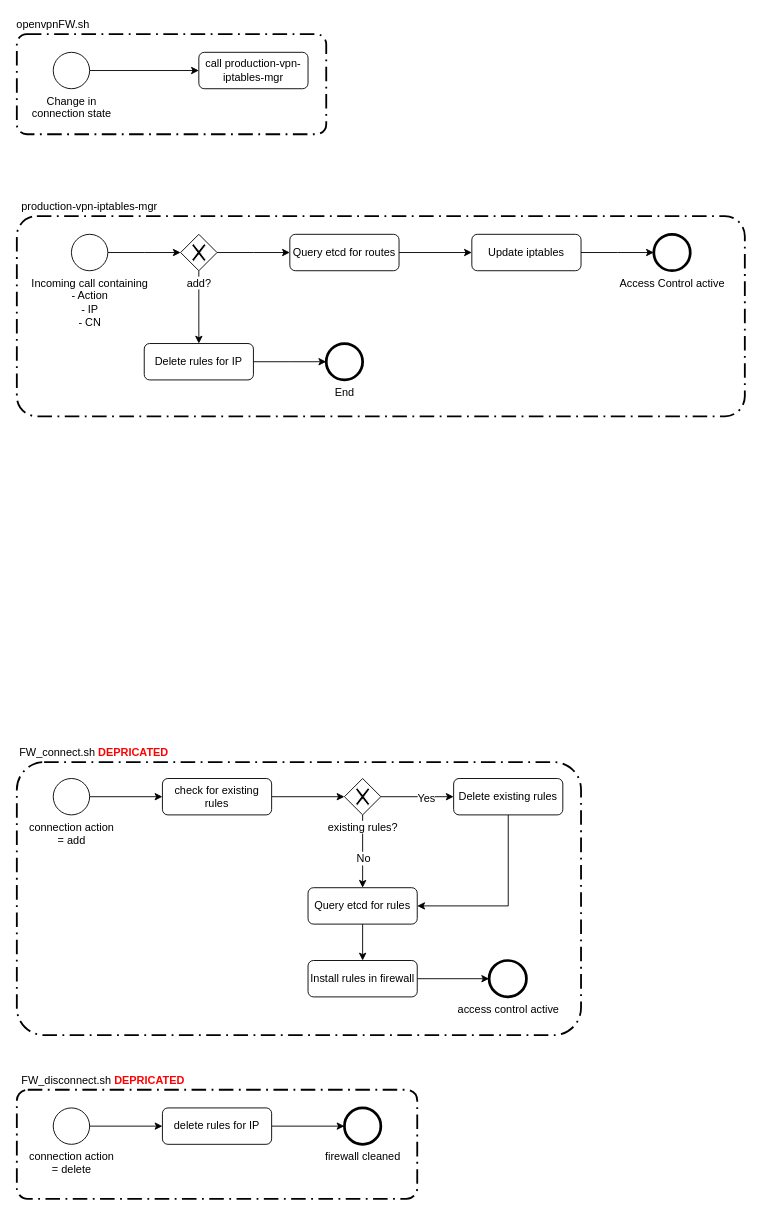
GlennDeSmedt/GlennDeSmedt.github.io keeps this draw.io diagram as page "DEPRICATED Scripts openVPN" (5 of 7) of OVPN Flow.drawio. Above is the earlier version. Source tidied: cells renumbered, new cells numbered last; positions are measured from the earlier drawing's top-left corner, leaving out a move shared by most shapes. Both pictures are drawn from the tidied source at 91%, with x=0, y=0 at pixel (16, 15).
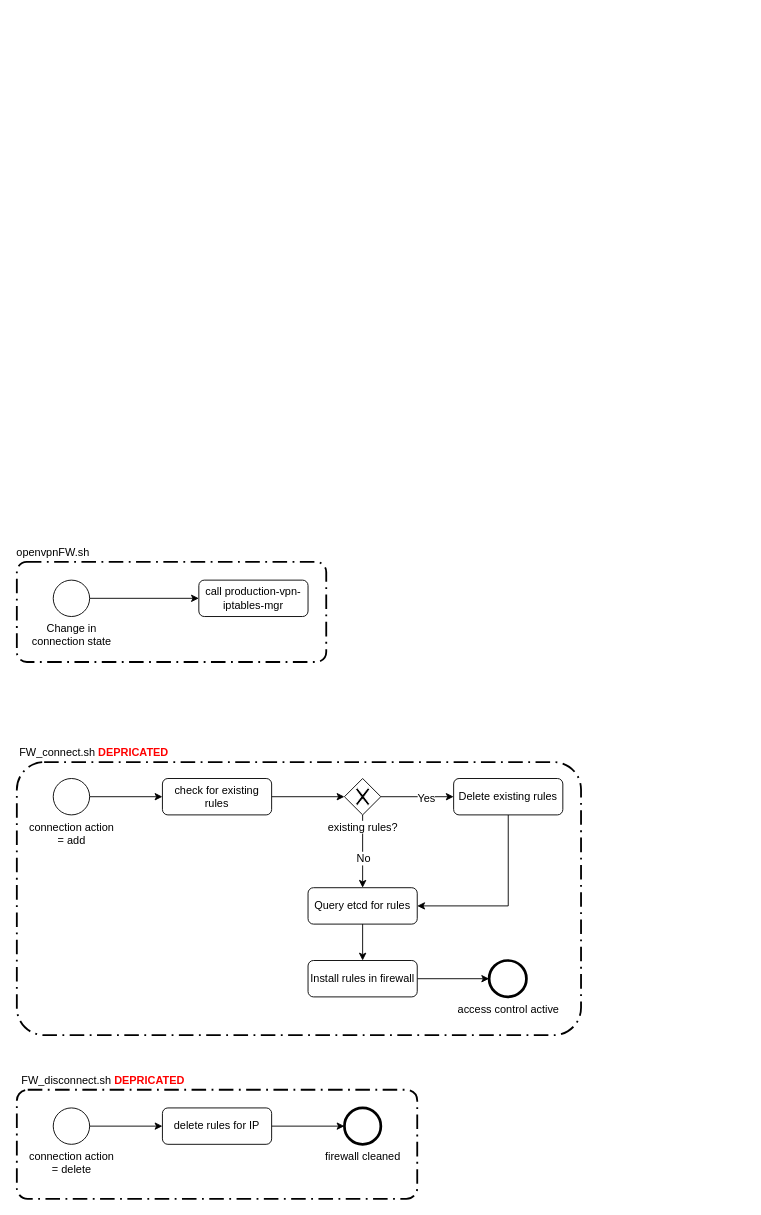
The same diagram, later.

The edit, as a diff of the source:
```diff
@@
     <mxCell id="2" style="rounded=1;arcSize=10;dashed=1;strokeColor=#000000;fillColor=none;gradientColor=none;dashPattern=8 3 1 3;strokeWidth=2;" parent="1" vertex="1">
-      <mxGeometry y="20" width="340" height="110" as="geometry" />
+      <mxGeometry y="600" width="340" height="110" as="geometry" />
     </mxCell>
@@
     <mxCell id="6" value="Change in &lt;br&gt;connection state" style="shape=mxgraph.bpmn.shape;html=1;verticalLabelPosition=bottom;labelBackgroundColor=#ffffff;verticalAlign=top;align=center;perimeter=ellipsePerimeter;outlineConnect=0;outline=standard;symbol=general;" parent="1" vertex="1">
-      <mxGeometry x="40" y="40" width="40" height="40" as="geometry" />
+      <mxGeometry x="40" y="620" width="40" height="40" as="geometry" />
     </mxCell>
     <mxCell id="7" value="call production-vpn-iptables-mgr&lt;br&gt;" style="shape=ext;rounded=1;html=1;whiteSpace=wrap;" parent="1" vertex="1">
-      <mxGeometry x="200" y="40" width="120" height="40" as="geometry" />
+      <mxGeometry x="200" y="620" width="120" height="40" as="geometry" />
     </mxCell>
     <mxCell id="8" value="openvpnFW.sh" style="text;html=1;strokeColor=none;fillColor=none;align=center;verticalAlign=middle;whiteSpace=wrap;rounded=0;" parent="1" vertex="1">
-      <mxGeometry width="80" height="20" as="geometry" />
+      <mxGeometry y="580" width="80" height="20" as="geometry" />
     </mxCell>
@@
-    <mxCell id="32" style="edgeStyle=orthogonalEdgeStyle;rounded=0;jettySize=auto;html=1;entryX=0;entryY=0.5;entryDx=0;entryDy=0;" parent="1" edge="1" source="33">
-      <mxGeometry relative="1" as="geometry">
-        <mxPoint x="180" y="260" as="targetPoint" />
-      </mxGeometry>
-    </mxCell>
-    <mxCell id="33" value="Incoming call containing&lt;br&gt;- Action&lt;br&gt;- IP&lt;br&gt;- CN&lt;br&gt;" style="shape=mxgraph.bpmn.shape;html=1;verticalLabelPosition=bottom;labelBackgroundColor=#ffffff;verticalAlign=top;align=center;perimeter=ellipsePerimeter;outlineConnect=0;outline=standard;symbol=general;" parent="1" vertex="1">
-      <mxGeometry x="60" y="240" width="40" height="40" as="geometry" />
-    </mxCell>
-    <mxCell id="34" style="edgeStyle=orthogonalEdgeStyle;rounded=0;jettySize=auto;html=1;" parent="1" edge="1" source="36">
-      <mxGeometry relative="1" as="geometry">
-        <mxPoint x="300" y="260" as="targetPoint" />
-      </mxGeometry>
-    </mxCell>
-    <mxCell id="35" style="edgeStyle=orthogonalEdgeStyle;rounded=0;jettySize=auto;html=1;" parent="1" edge="1" source="36" target="40">
-      <mxGeometry relative="1" as="geometry" />
-    </mxCell>
-    <mxCell id="36" value="add?" style="shape=mxgraph.bpmn.shape;html=1;verticalLabelPosition=bottom;labelBackgroundColor=#ffffff;verticalAlign=top;align=center;perimeter=rhombusPerimeter;background=gateway;outlineConnect=0;outline=none;symbol=exclusiveGw;" parent="1" vertex="1">
-      <mxGeometry x="180" y="240" width="40" height="40" as="geometry" />
-    </mxCell>
-    <mxCell id="37" style="edgeStyle=orthogonalEdgeStyle;rounded=0;jettySize=auto;html=1;" parent="1" edge="1" source="38" target="43">
-      <mxGeometry relative="1" as="geometry" />
-    </mxCell>
-    <mxCell id="38" value="Query etcd for routes&lt;br&gt;" style="shape=ext;rounded=1;html=1;whiteSpace=wrap;" parent="1" vertex="1">
-      <mxGeometry x="300" y="240" width="120" height="40" as="geometry" />
-    </mxCell>
-    <mxCell id="39" style="edgeStyle=orthogonalEdgeStyle;rounded=0;jettySize=auto;html=1;" parent="1" edge="1" source="40">
-      <mxGeometry relative="1" as="geometry">
-        <mxPoint x="340" y="380" as="targetPoint" />
-      </mxGeometry>
-    </mxCell>
-    <mxCell id="40" value="Delete rules for IP&lt;br&gt;" style="shape=ext;rounded=1;html=1;whiteSpace=wrap;" parent="1" vertex="1">
-      <mxGeometry x="140" y="360" width="120" height="40" as="geometry" />
-    </mxCell>
-    <mxCell id="41" value="End" style="shape=mxgraph.bpmn.shape;html=1;verticalLabelPosition=bottom;labelBackgroundColor=#ffffff;verticalAlign=top;align=center;perimeter=ellipsePerimeter;outline=end;symbol=general;" parent="1" vertex="1">
-      <mxGeometry x="340" y="360" width="40" height="40" as="geometry" />
-    </mxCell>
-    <mxCell id="42" style="edgeStyle=orthogonalEdgeStyle;rounded=0;jettySize=auto;html=1;" parent="1" edge="1" source="43">
-      <mxGeometry relative="1" as="geometry">
-        <mxPoint x="700" y="260" as="targetPoint" />
-      </mxGeometry>
-    </mxCell>
-    <mxCell id="43" value="Update iptables&lt;br&gt;" style="shape=ext;rounded=1;html=1;whiteSpace=wrap;" parent="1" vertex="1">
-      <mxGeometry x="500" y="240" width="120" height="40" as="geometry" />
-    </mxCell>
-    <mxCell id="44" value="Access Control active" style="shape=mxgraph.bpmn.shape;html=1;verticalLabelPosition=bottom;labelBackgroundColor=#ffffff;verticalAlign=top;align=center;perimeter=ellipsePerimeter;outline=end;symbol=general;" parent="1" vertex="1">
-      <mxGeometry x="700" y="240" width="40" height="40" as="geometry" />
-    </mxCell>
-    <mxCell id="45" style="rounded=1;arcSize=10;dashed=1;strokeColor=#000000;fillColor=none;gradientColor=none;dashPattern=8 3 1 3;strokeWidth=2;" parent="1" vertex="1">
-      <mxGeometry y="220" width="800" height="220" as="geometry" />
-    </mxCell>
-    <mxCell id="46" value="production-vpn-iptables-mgr" style="text;html=1;strokeColor=none;fillColor=none;align=center;verticalAlign=middle;whiteSpace=wrap;rounded=0;" parent="1" vertex="1">
-      <mxGeometry y="200" width="160" height="20" as="geometry" />
-    </mxCell>
```
